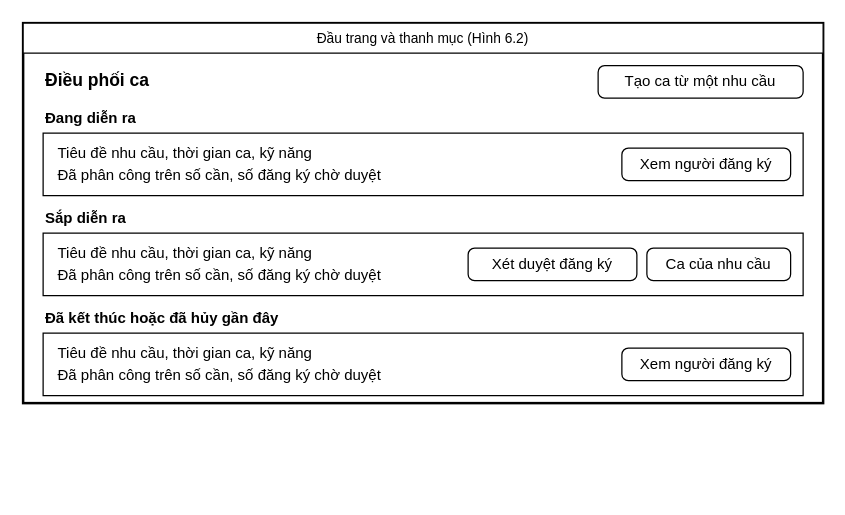
Before: docs/giao_dien/drawio/M14_Dieu_phoi_ca.drawio in kanishere55/OOSD_NenTangDieuPhoi_TNV, a draw.io diagram. Source tidied: cells renumbered, new cells numbered last; positions are measured from the earlier drawing's top-left corner, leaving out a move shared by most shapes. Both pictures are drawn from the tidied source at 125%, with x=0, y=0 at pixel (22, 22).
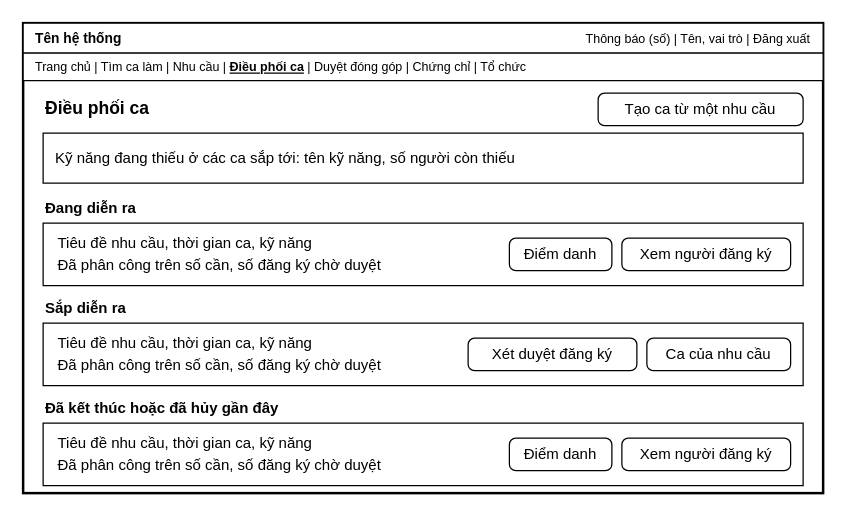
The same page after the edit.

Diff of the diagram source:
```diff
@@
     <mxCell id="2" style="rounded=0;whiteSpace=wrap;html=1;fillColor=#ffffff;strokeColor=#000000;strokeWidth=2;" parent="1" vertex="1">
-      <mxGeometry width="640" height="304" as="geometry" />
+      <mxGeometry width="640" height="376" as="geometry" />
     </mxCell>
-    <mxCell id="3" value="Đầu trang và thanh mục (Hình 6.2)" style="rounded=0;whiteSpace=wrap;html=1;fillColor=#ffffff;strokeColor=#000000;fontColor=#000000;fontSize=11;align=center;" parent="1" vertex="1">
+    <mxCell id="3" style="rounded=0;whiteSpace=wrap;html=1;fillColor=#ffffff;strokeColor=#000000;fontColor=#000000;fontSize=12;align=center;" parent="1" vertex="1">
       <mxGeometry width="640" height="24" as="geometry" />
     </mxCell>
-    <mxCell id="4" value="Điều phối ca" style="text;html=1;strokeColor=none;fillColor=none;whiteSpace=wrap;verticalAlign=middle;fontColor=#000000;align=left;fontSize=14;fontStyle=1;" parent="1" vertex="1">
-      <mxGeometry x="16" y="34" width="300" height="24" as="geometry" />
+    <mxCell id="4" value="Tên hệ thống" style="text;html=1;strokeColor=none;fillColor=none;whiteSpace=wrap;verticalAlign=middle;fontColor=#000000;align=left;fontSize=11;fontStyle=1;" parent="1" vertex="1">
+      <mxGeometry x="8" y="2" width="150" height="20" as="geometry" />
     </mxCell>
-    <mxCell id="5" value="Tạo ca từ một nhu cầu" style="rounded=1;arcSize=20;whiteSpace=wrap;html=1;fillColor=#ffffff;strokeColor=#000000;fontColor=#000000;fontSize=12;" parent="1" vertex="1">
-      <mxGeometry x="460" y="34" width="164" height="26" as="geometry" />
+    <mxCell id="5" value="Thông báo (số)   |   Tên, vai trò   |   Đăng xuất" style="text;html=1;strokeColor=none;fillColor=none;whiteSpace=wrap;verticalAlign=middle;fontColor=#000000;align=right;fontSize=10;fontStyle=0;" parent="1" vertex="1">
+      <mxGeometry x="340" y="2" width="292" height="20" as="geometry" />
     </mxCell>
-    <mxCell id="6" value="Đang diễn ra" style="text;html=1;strokeColor=none;fillColor=none;whiteSpace=wrap;verticalAlign=middle;fontColor=#000000;align=left;fontSize=12;fontStyle=1;" parent="1" vertex="1">
-      <mxGeometry x="16" y="66" width="400" height="20" as="geometry" />
+    <mxCell id="6" style="rounded=0;whiteSpace=wrap;html=1;fillColor=#ffffff;strokeColor=#000000;fontColor=#000000;fontSize=12;align=center;" parent="1" vertex="1">
+      <mxGeometry y="24" width="640" height="22" as="geometry" />
     </mxCell>
-    <mxCell id="7" style="rounded=0;whiteSpace=wrap;html=1;fillColor=#ffffff;strokeColor=#000000;fontColor=#000000;fontSize=12;align=center;" parent="1" vertex="1">
-      <mxGeometry x="16" y="88" width="608" height="50" as="geometry" />
+    <mxCell id="7" value="Trang chủ   |   Tìm ca làm   |   Nhu cầu   |   &lt;b&gt;&lt;u&gt;Điều phối ca&lt;/u&gt;&lt;/b&gt;   |   Duyệt đóng góp   |   Chứng chỉ   |   Tổ chức" style="text;html=1;strokeColor=none;fillColor=none;whiteSpace=wrap;verticalAlign=middle;fontColor=#000000;align=left;fontSize=10;fontStyle=0;" parent="1" vertex="1">
+      <mxGeometry x="8" y="25" width="624" height="20" as="geometry" />
     </mxCell>
-    <mxCell id="8" value="Tiêu đề nhu cầu, thời gian ca, kỹ năng" style="text;html=1;strokeColor=none;fillColor=none;whiteSpace=wrap;verticalAlign=middle;fontColor=#000000;align=left;fontSize=12;fontStyle=0;" parent="1" vertex="1">
-      <mxGeometry x="26" y="95" width="588" height="18" as="geometry" />
+    <mxCell id="8" value="Điều phối ca" style="text;html=1;strokeColor=none;fillColor=none;whiteSpace=wrap;verticalAlign=middle;fontColor=#000000;align=left;fontSize=14;fontStyle=1;" parent="1" vertex="1">
+      <mxGeometry x="16" y="56" width="300" height="24" as="geometry" />
     </mxCell>
-    <mxCell id="9" value="Đã phân công trên số cần, số đăng ký chờ duyệt" style="text;html=1;strokeColor=none;fillColor=none;whiteSpace=wrap;verticalAlign=middle;fontColor=#000000;align=left;fontSize=12;fontStyle=0;" parent="1" vertex="1">
-      <mxGeometry x="26" y="113" width="588" height="18" as="geometry" />
+    <mxCell id="9" value="Tạo ca từ một nhu cầu" style="rounded=1;arcSize=20;whiteSpace=wrap;html=1;fillColor=#ffffff;strokeColor=#000000;fontColor=#000000;fontSize=12;" parent="1" vertex="1">
+      <mxGeometry x="460" y="56" width="164" height="26" as="geometry" />
     </mxCell>
-    <mxCell id="10" value="Xem người đăng ký" style="rounded=1;arcSize=20;whiteSpace=wrap;html=1;fillColor=#ffffff;strokeColor=#000000;fontColor=#000000;fontSize=12;" parent="1" vertex="1">
-      <mxGeometry x="479" y="100" width="135" height="26" as="geometry" />
+    <mxCell id="10" value="Kỹ năng đang thiếu ở các ca sắp tới: tên kỹ năng, số người còn thiếu" style="rounded=0;whiteSpace=wrap;html=1;fillColor=#ffffff;strokeColor=#000000;fontColor=#000000;fontSize=12;align=left;spacingLeft=8;" parent="1" vertex="1">
+      <mxGeometry x="16" y="88" width="608" height="40" as="geometry" />
     </mxCell>
-    <mxCell id="11" value="Sắp diễn ra" style="text;html=1;strokeColor=none;fillColor=none;whiteSpace=wrap;verticalAlign=middle;fontColor=#000000;align=left;fontSize=12;fontStyle=1;" parent="1" vertex="1">
-      <mxGeometry x="16" y="146" width="400" height="20" as="geometry" />
+    <mxCell id="11" value="Đang diễn ra" style="text;html=1;strokeColor=none;fillColor=none;whiteSpace=wrap;verticalAlign=middle;fontColor=#000000;align=left;fontSize=12;fontStyle=1;" parent="1" vertex="1">
+      <mxGeometry x="16" y="138" width="400" height="20" as="geometry" />
     </mxCell>
     <mxCell id="12" style="rounded=0;whiteSpace=wrap;html=1;fillColor=#ffffff;strokeColor=#000000;fontColor=#000000;fontSize=12;align=center;" parent="1" vertex="1">
-      <mxGeometry x="16" y="168" width="608" height="50" as="geometry" />
+      <mxGeometry x="16" y="160" width="608" height="50" as="geometry" />
     </mxCell>
     <mxCell id="13" value="Tiêu đề nhu cầu, thời gian ca, kỹ năng" style="text;html=1;strokeColor=none;fillColor=none;whiteSpace=wrap;verticalAlign=middle;fontColor=#000000;align=left;fontSize=12;fontStyle=0;" parent="1" vertex="1">
-      <mxGeometry x="26" y="175" width="588" height="18" as="geometry" />
+      <mxGeometry x="26" y="167" width="588" height="18" as="geometry" />
     </mxCell>
     <mxCell id="14" value="Đã phân công trên số cần, số đăng ký chờ duyệt" style="text;html=1;strokeColor=none;fillColor=none;whiteSpace=wrap;verticalAlign=middle;fontColor=#000000;align=left;fontSize=12;fontStyle=0;" parent="1" vertex="1">
-      <mxGeometry x="26" y="193" width="588" height="18" as="geometry" />
+      <mxGeometry x="26" y="185" width="588" height="18" as="geometry" />
     </mxCell>
-    <mxCell id="15" value="Ca của nhu cầu" style="rounded=1;arcSize=20;whiteSpace=wrap;html=1;fillColor=#ffffff;strokeColor=#000000;fontColor=#000000;fontSize=12;" parent="1" vertex="1">
-      <mxGeometry x="499" y="180" width="115" height="26" as="geometry" />
+    <mxCell id="15" value="Xem người đăng ký" style="rounded=1;arcSize=20;whiteSpace=wrap;html=1;fillColor=#ffffff;strokeColor=#000000;fontColor=#000000;fontSize=12;" parent="1" vertex="1">
+      <mxGeometry x="479" y="172" width="135" height="26" as="geometry" />
     </mxCell>
-    <mxCell id="16" value="Xét duyệt đăng ký" style="rounded=1;arcSize=20;whiteSpace=wrap;html=1;fillColor=#ffffff;strokeColor=#000000;fontColor=#000000;fontSize=12;" parent="1" vertex="1">
-      <mxGeometry x="356" y="180" width="135" height="26" as="geometry" />
+    <mxCell id="16" value="Điểm danh" style="rounded=1;arcSize=20;whiteSpace=wrap;html=1;fillColor=#ffffff;strokeColor=#000000;fontColor=#000000;fontSize=12;" parent="1" vertex="1">
+      <mxGeometry x="389" y="172" width="82" height="26" as="geometry" />
     </mxCell>
-    <mxCell id="17" value="Đã kết thúc hoặc đã hủy gần đây" style="text;html=1;strokeColor=none;fillColor=none;whiteSpace=wrap;verticalAlign=middle;fontColor=#000000;align=left;fontSize=12;fontStyle=1;" parent="1" vertex="1">
-      <mxGeometry x="16" y="226" width="400" height="20" as="geometry" />
+    <mxCell id="17" value="Sắp diễn ra" style="text;html=1;strokeColor=none;fillColor=none;whiteSpace=wrap;verticalAlign=middle;fontColor=#000000;align=left;fontSize=12;fontStyle=1;" parent="1" vertex="1">
+      <mxGeometry x="16" y="218" width="400" height="20" as="geometry" />
     </mxCell>
     <mxCell id="18" style="rounded=0;whiteSpace=wrap;html=1;fillColor=#ffffff;strokeColor=#000000;fontColor=#000000;fontSize=12;align=center;" parent="1" vertex="1">
-      <mxGeometry x="16" y="248" width="608" height="50" as="geometry" />
+      <mxGeometry x="16" y="240" width="608" height="50" as="geometry" />
     </mxCell>
     <mxCell id="19" value="Tiêu đề nhu cầu, thời gian ca, kỹ năng" style="text;html=1;strokeColor=none;fillColor=none;whiteSpace=wrap;verticalAlign=middle;fontColor=#000000;align=left;fontSize=12;fontStyle=0;" parent="1" vertex="1">
-      <mxGeometry x="26" y="255" width="588" height="18" as="geometry" />
+      <mxGeometry x="26" y="247" width="588" height="18" as="geometry" />
     </mxCell>
     <mxCell id="20" value="Đã phân công trên số cần, số đăng ký chờ duyệt" style="text;html=1;strokeColor=none;fillColor=none;whiteSpace=wrap;verticalAlign=middle;fontColor=#000000;align=left;fontSize=12;fontStyle=0;" parent="1" vertex="1">
-      <mxGeometry x="26" y="273" width="588" height="18" as="geometry" />
+      <mxGeometry x="26" y="265" width="588" height="18" as="geometry" />
     </mxCell>
-    <mxCell id="21" value="Xem người đăng ký" style="rounded=1;arcSize=20;whiteSpace=wrap;html=1;fillColor=#ffffff;strokeColor=#000000;fontColor=#000000;fontSize=12;" parent="1" vertex="1">
-      <mxGeometry x="479" y="260" width="135" height="26" as="geometry" />
+    <mxCell id="21" value="Ca của nhu cầu" style="rounded=1;arcSize=20;whiteSpace=wrap;html=1;fillColor=#ffffff;strokeColor=#000000;fontColor=#000000;fontSize=12;" parent="1" vertex="1">
+      <mxGeometry x="499" y="252" width="115" height="26" as="geometry" />
     </mxCell>
+    <mxCell id="22" value="Xét duyệt đăng ký" style="rounded=1;arcSize=20;whiteSpace=wrap;html=1;fillColor=#ffffff;strokeColor=#000000;fontColor=#000000;fontSize=12;" parent="1" vertex="1">
+      <mxGeometry x="356" y="252" width="135" height="26" as="geometry" />
+    </mxCell>
+    <mxCell id="23" value="Đã kết thúc hoặc đã hủy gần đây" style="text;html=1;strokeColor=none;fillColor=none;whiteSpace=wrap;verticalAlign=middle;fontColor=#000000;align=left;fontSize=12;fontStyle=1;" parent="1" vertex="1">
+      <mxGeometry x="16" y="298" width="400" height="20" as="geometry" />
+    </mxCell>
+    <mxCell id="24" style="rounded=0;whiteSpace=wrap;html=1;fillColor=#ffffff;strokeColor=#000000;fontColor=#000000;fontSize=12;align=center;" parent="1" vertex="1">
+      <mxGeometry x="16" y="320" width="608" height="50" as="geometry" />
+    </mxCell>
+    <mxCell id="25" value="Tiêu đề nhu cầu, thời gian ca, kỹ năng" style="text;html=1;strokeColor=none;fillColor=none;whiteSpace=wrap;verticalAlign=middle;fontColor=#000000;align=left;fontSize=12;fontStyle=0;" parent="1" vertex="1">
+      <mxGeometry x="26" y="327" width="588" height="18" as="geometry" />
+    </mxCell>
+    <mxCell id="26" value="Đã phân công trên số cần, số đăng ký chờ duyệt" style="text;html=1;strokeColor=none;fillColor=none;whiteSpace=wrap;verticalAlign=middle;fontColor=#000000;align=left;fontSize=12;fontStyle=0;" parent="1" vertex="1">
+      <mxGeometry x="26" y="345" width="588" height="18" as="geometry" />
+    </mxCell>
+    <mxCell id="27" value="Xem người đăng ký" style="rounded=1;arcSize=20;whiteSpace=wrap;html=1;fillColor=#ffffff;strokeColor=#000000;fontColor=#000000;fontSize=12;" parent="1" vertex="1">
+      <mxGeometry x="479" y="332" width="135" height="26" as="geometry" />
+    </mxCell>
+    <mxCell id="28" value="Điểm danh" style="rounded=1;arcSize=20;whiteSpace=wrap;html=1;fillColor=#ffffff;strokeColor=#000000;fontColor=#000000;fontSize=12;" parent="1" vertex="1">
+      <mxGeometry x="389" y="332" width="82" height="26" as="geometry" />
+    </mxCell>
```
